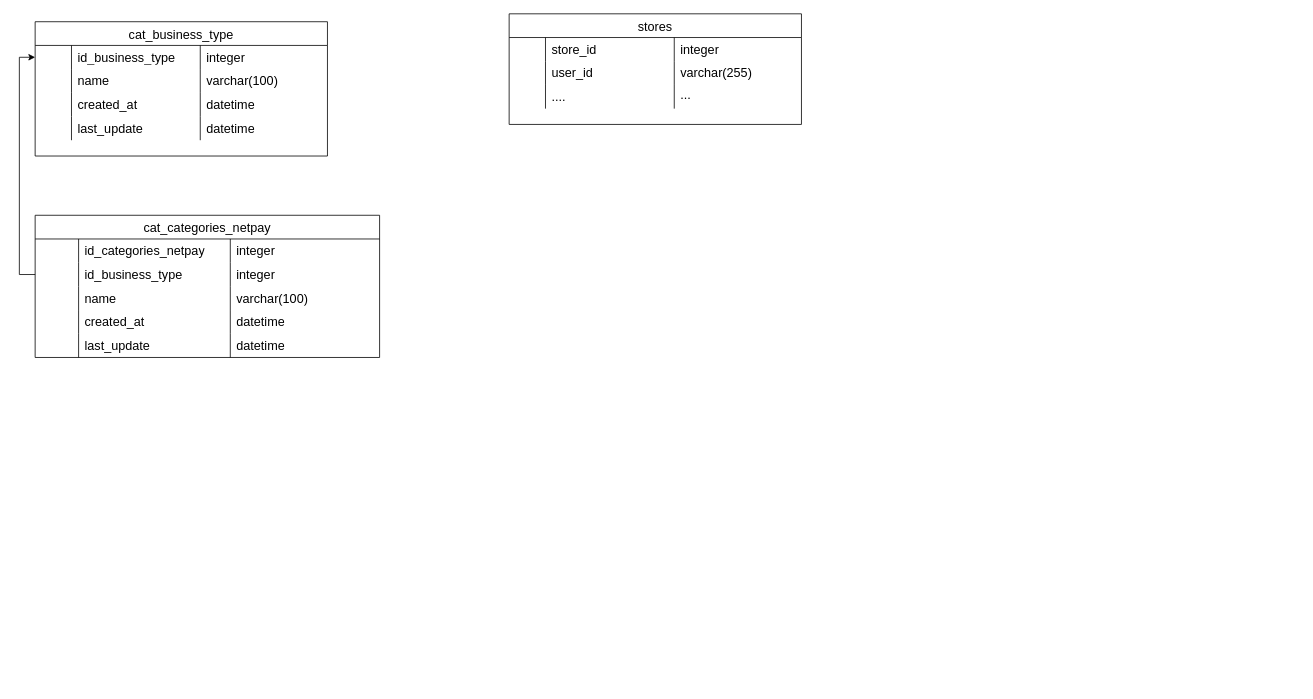
Before: Data base/SmartOnboarding-Adquirencia.drawio in marcoluisdf/documentacion, a draw.io diagram. Source tidied: cells renumbered, new cells numbered last; positions are measured from the earlier drawing's top-left corner, leaving out a move shared by most shapes. Both pictures are drawn from the tidied source at 79%, with x=0, y=0 at pixel (35, 13).
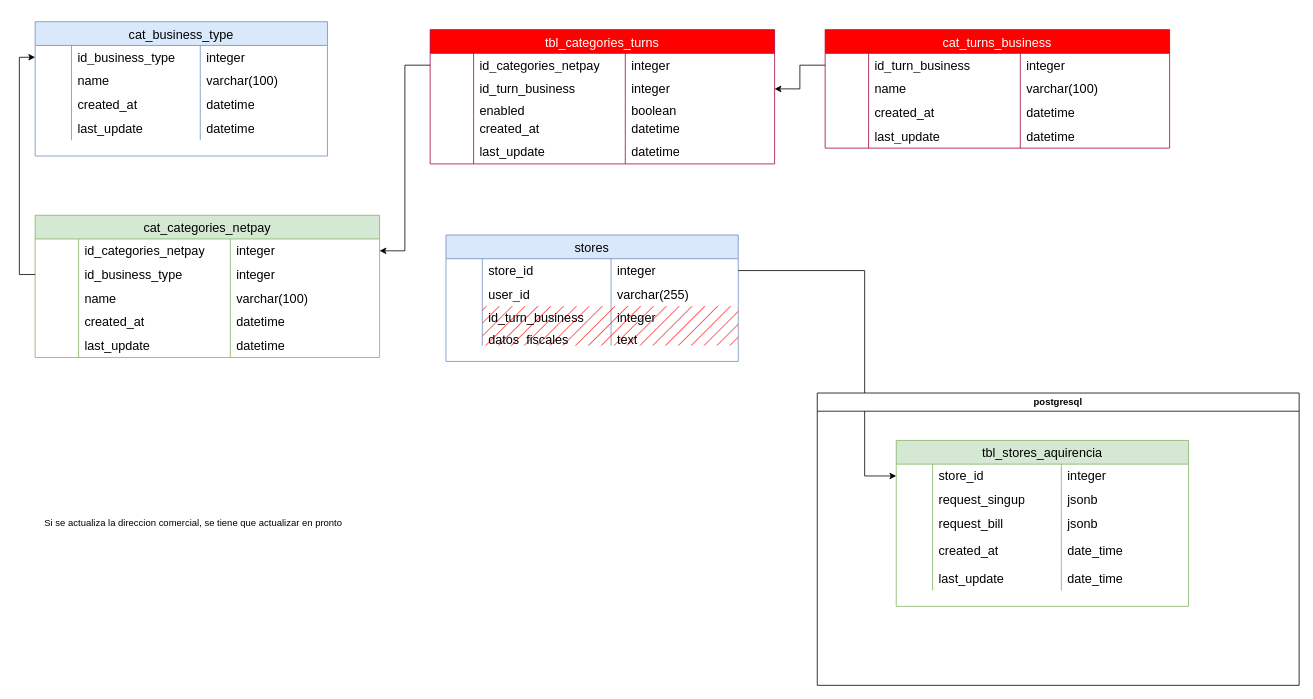
The same diagram, later.

The change refers to these unchanged cells:
```xml
<mxCell id="20" style="shape=tableRow;horizontal=0;startSize=0;swimlaneHead=0;swimlaneBody=0;top=0;left=0;bottom=0;right=0;fillColor=none;points=[[0,0.5],[1,0.5]];portConstraint=eastwest;strokeColor=inherit;fontSize=16;" parent="19" vertex="1">
  <mxGeometry y="30" width="436" height="30" as="geometry" />
</mxCell>
<mxCell id="42" style="shape=tableRow;horizontal=0;startSize=0;swimlaneHead=0;swimlaneBody=0;top=0;left=0;bottom=0;right=0;fillColor=none;points=[[0,0.5],[1,0.5]];portConstraint=eastwest;strokeColor=inherit;fontSize=16;" parent="41" vertex="1">
  <mxGeometry y="30" width="370" height="30" as="geometry" />
</mxCell>
<mxCell id="50" style="shape=tableRow;horizontal=0;startSize=0;swimlaneHead=0;swimlaneBody=0;top=0;left=0;bottom=0;right=0;fillColor=none;strokeColor=inherit;fontSize=16;" parent="41" vertex="1">
  <mxGeometry y="90" width="370" height="30" as="geometry" />
</mxCell>
```

What changed in the source:
```diff
@@
-    <mxCell id="2" value="cat_business_type" style="shape=table;startSize=30;childLayout=tableLayout;rowLines=0;fontStyle=0;strokeColor=default;fontSize=16;" parent="1" vertex="1">
+    <mxCell id="2" value="cat_business_type" style="shape=table;startSize=30;childLayout=tableLayout;rowLines=0;fontStyle=0;strokeColor=#6c8ebf;fontSize=16;fillColor=#dae8fc;" parent="1" vertex="1">
       <mxGeometry y="10" width="370" height="170" as="geometry" />
     </mxCell>
@@
-    <mxCell id="19" value="cat_categories_netpay" style="shape=table;startSize=30;childLayout=tableLayout;rowLines=0;fontStyle=0;strokeColor=default;fontSize=16;" parent="1" vertex="1">
+    <mxCell id="19" value="cat_categories_netpay" style="shape=table;startSize=30;childLayout=tableLayout;rowLines=0;fontStyle=0;strokeColor=#82b366;fontSize=16;fillColor=#d5e8d4;" parent="1" vertex="1">
       <mxGeometry y="255" width="436" height="180" as="geometry" />
     </mxCell>
@@
-    <mxCell id="41" value="stores" style="shape=table;startSize=30;childLayout=tableLayout;rowLines=0;fontStyle=0;strokeColor=default;fontSize=16;" parent="1" vertex="1">
-      <mxGeometry x="600" width="370" height="140" as="geometry" />
+    <mxCell id="41" value="stores" style="shape=table;startSize=30;childLayout=tableLayout;rowLines=0;fontStyle=0;strokeColor=#6c8ebf;fontSize=16;fillColor=#dae8fc;" parent="1" vertex="1">
+      <mxGeometry x="520" y="280" width="370" height="160" as="geometry" />
     </mxCell>
@@
-    <mxCell id="52" value="...." style="shape=partialRectangle;html=1;whiteSpace=wrap;fillColor=none;top=0;left=0;bottom=0;right=0;align=left;spacingLeft=6;overflow=hidden;strokeColor=inherit;fontSize=16;" parent="50" vertex="1">
+    <mxCell id="52" value="id_turn_business" style="shape=partialRectangle;html=1;whiteSpace=wrap;fillColor=#FF0000;top=0;left=0;bottom=0;right=0;align=left;spacingLeft=6;overflow=hidden;strokeColor=inherit;fontSize=16;fillStyle=hatch;" parent="50" vertex="1">
       <mxGeometry x="46" width="163" height="30" as="geometry" />
     </mxCell>
-    <mxCell id="53" value="...&lt;div&gt;&lt;br&gt;&lt;/div&gt;" style="shape=partialRectangle;html=1;whiteSpace=wrap;fillColor=none;top=0;left=0;bottom=0;right=0;align=left;spacingLeft=6;overflow=hidden;strokeColor=inherit;fontSize=16;" parent="50" vertex="1">
+    <mxCell id="53" value="&lt;div&gt;integer&lt;/div&gt;" style="shape=partialRectangle;html=1;whiteSpace=wrap;fillColor=#FF0000;top=0;left=0;bottom=0;right=0;align=left;spacingLeft=6;overflow=hidden;strokeColor=inherit;fontSize=16;fillStyle=hatch;" parent="50" vertex="1">
       <mxGeometry x="209" width="161" height="30" as="geometry" />
     </mxCell>
+    <mxCell id="54" style="shape=tableRow;horizontal=0;startSize=0;swimlaneHead=0;swimlaneBody=0;top=0;left=0;bottom=0;right=0;fillColor=none;strokeColor=inherit;fontSize=16;" parent="41" vertex="1">
+      <mxGeometry y="120" width="370" height="20" as="geometry" />
+    </mxCell>
+    <mxCell id="55" style="shape=partialRectangle;html=1;whiteSpace=wrap;fillColor=none;top=0;left=0;bottom=0;right=0;overflow=hidden;strokeColor=inherit;fontSize=16;" parent="54" vertex="1">
+      <mxGeometry width="46" height="20" as="geometry" />
+    </mxCell>
+    <mxCell id="56" value="datos_fiscales" style="shape=partialRectangle;html=1;whiteSpace=wrap;fillColor=#FF0000;top=0;left=0;bottom=0;right=0;align=left;spacingLeft=6;overflow=hidden;strokeColor=inherit;fontSize=16;fillStyle=hatch;" parent="54" vertex="1">
+      <mxGeometry x="46" width="163" height="20" as="geometry" />
+    </mxCell>
+    <mxCell id="57" value="text" style="shape=partialRectangle;html=1;whiteSpace=wrap;fillColor=#FF0000;top=0;left=0;bottom=0;right=0;align=left;spacingLeft=6;overflow=hidden;strokeColor=inherit;fontSize=16;fillStyle=hatch;" parent="54" vertex="1">
+      <mxGeometry x="209" width="161" height="20" as="geometry" />
+    </mxCell>
+    <mxCell id="58" value="cat_turns_business" style="shape=table;startSize=30;childLayout=tableLayout;rowLines=0;fontStyle=0;strokeColor=#A50040;fontSize=16;fillColor=#FF0000;fontColor=#ffffff;" parent="1" vertex="1">
+      <mxGeometry x="1000" y="20" width="436" height="150" as="geometry" />
+    </mxCell>
+    <mxCell id="59" style="shape=tableRow;horizontal=0;startSize=0;swimlaneHead=0;swimlaneBody=0;top=0;left=0;bottom=0;right=0;fillColor=none;points=[[0,0.5],[1,0.5]];portConstraint=eastwest;strokeColor=inherit;fontSize=16;" parent="58" vertex="1">
+      <mxGeometry y="30" width="436" height="30" as="geometry" />
+    </mxCell>
+    <mxCell id="60" style="shape=partialRectangle;html=1;whiteSpace=wrap;fillColor=none;top=0;left=0;bottom=0;right=0;overflow=hidden;strokeColor=inherit;fontSize=16;" parent="59" vertex="1">
+      <mxGeometry width="55" height="30" as="geometry" />
+    </mxCell>
+    <mxCell id="61" value="id_turn_business" style="shape=partialRectangle;html=1;whiteSpace=wrap;fillColor=none;top=0;left=0;bottom=0;right=0;align=left;spacingLeft=6;overflow=hidden;strokeColor=inherit;fontSize=16;" parent="59" vertex="1">
+      <mxGeometry x="55" width="192" height="30" as="geometry" />
+    </mxCell>
+    <mxCell id="62" value="integer" style="shape=partialRectangle;html=1;whiteSpace=wrap;fillColor=none;top=0;left=0;bottom=0;right=0;align=left;spacingLeft=6;overflow=hidden;strokeColor=inherit;fontSize=16;" parent="59" vertex="1">
+      <mxGeometry x="247" width="189" height="30" as="geometry" />
+    </mxCell>
+    <mxCell id="63" style="shape=tableRow;horizontal=0;startSize=0;swimlaneHead=0;swimlaneBody=0;top=0;left=0;bottom=0;right=0;fillColor=none;strokeColor=inherit;fontSize=16;" parent="58" vertex="1">
+      <mxGeometry y="60" width="436" height="30" as="geometry" />
+    </mxCell>
+    <mxCell id="64" style="shape=partialRectangle;html=1;whiteSpace=wrap;fillColor=none;top=0;left=0;bottom=0;right=0;overflow=hidden;strokeColor=inherit;fontSize=16;" parent="63" vertex="1">
+      <mxGeometry width="55" height="30" as="geometry" />
+    </mxCell>
+    <mxCell id="65" value="name" style="shape=partialRectangle;html=1;whiteSpace=wrap;fillColor=none;top=0;left=0;bottom=0;right=0;align=left;spacingLeft=6;overflow=hidden;strokeColor=inherit;fontSize=16;" parent="63" vertex="1">
+      <mxGeometry x="55" width="192" height="30" as="geometry" />
+    </mxCell>
+    <mxCell id="66" value="varchar(100)" style="shape=partialRectangle;html=1;whiteSpace=wrap;fillColor=none;top=0;left=0;bottom=0;right=0;align=left;spacingLeft=6;overflow=hidden;strokeColor=inherit;fontSize=16;" parent="63" vertex="1">
+      <mxGeometry x="247" width="189" height="30" as="geometry" />
+    </mxCell>
+    <mxCell id="67" style="shape=tableRow;horizontal=0;startSize=0;swimlaneHead=0;swimlaneBody=0;top=0;left=0;bottom=0;right=0;fillColor=none;strokeColor=inherit;fontSize=16;" parent="58" vertex="1">
+      <mxGeometry y="90" width="436" height="30" as="geometry" />
+    </mxCell>
+    <mxCell id="68" style="shape=partialRectangle;html=1;whiteSpace=wrap;fillColor=none;top=0;left=0;bottom=0;right=0;overflow=hidden;strokeColor=inherit;fontSize=16;" parent="67" vertex="1">
+      <mxGeometry width="55" height="30" as="geometry" />
+    </mxCell>
+    <mxCell id="69" value="created_at" style="shape=partialRectangle;html=1;whiteSpace=wrap;fillColor=none;top=0;left=0;bottom=0;right=0;align=left;spacingLeft=6;overflow=hidden;strokeColor=inherit;fontSize=16;" parent="67" vertex="1">
+      <mxGeometry x="55" width="192" height="30" as="geometry" />
+    </mxCell>
+    <mxCell id="70" value="datetime" style="shape=partialRectangle;html=1;whiteSpace=wrap;fillColor=none;top=0;left=0;bottom=0;right=0;align=left;spacingLeft=6;overflow=hidden;strokeColor=inherit;fontSize=16;" parent="67" vertex="1">
+      <mxGeometry x="247" width="189" height="30" as="geometry" />
+    </mxCell>
+    <mxCell id="71" style="shape=tableRow;horizontal=0;startSize=0;swimlaneHead=0;swimlaneBody=0;top=0;left=0;bottom=0;right=0;fillColor=none;strokeColor=inherit;fontSize=16;" parent="58" vertex="1">
+      <mxGeometry y="120" width="436" height="30" as="geometry" />
+    </mxCell>
+    <mxCell id="72" style="shape=partialRectangle;html=1;whiteSpace=wrap;fillColor=none;top=0;left=0;bottom=0;right=0;overflow=hidden;strokeColor=inherit;fontSize=16;" parent="71" vertex="1">
+      <mxGeometry width="55" height="30" as="geometry" />
+    </mxCell>
+    <mxCell id="73" value="last_update" style="shape=partialRectangle;html=1;whiteSpace=wrap;fillColor=none;top=0;left=0;bottom=0;right=0;align=left;spacingLeft=6;overflow=hidden;strokeColor=inherit;fontSize=16;" parent="71" vertex="1">
+      <mxGeometry x="55" width="192" height="30" as="geometry" />
+    </mxCell>
+    <mxCell id="74" value="datetime" style="shape=partialRectangle;html=1;whiteSpace=wrap;fillColor=none;top=0;left=0;bottom=0;right=0;align=left;spacingLeft=6;overflow=hidden;strokeColor=inherit;fontSize=16;" parent="71" vertex="1">
+      <mxGeometry x="247" width="189" height="30" as="geometry" />
+    </mxCell>
+    <mxCell id="75" value="tbl_categories_turns" style="shape=table;startSize=30;childLayout=tableLayout;rowLines=0;fontStyle=0;strokeColor=#A50040;fontSize=16;fillColor=#FF0000;fontColor=#ffffff;" parent="1" vertex="1">
+      <mxGeometry x="500" y="20" width="436" height="170" as="geometry" />
+    </mxCell>
+    <mxCell id="76" style="shape=tableRow;horizontal=0;startSize=0;swimlaneHead=0;swimlaneBody=0;top=0;left=0;bottom=0;right=0;fillColor=none;points=[[0,0.5],[1,0.5]];portConstraint=eastwest;strokeColor=inherit;fontSize=16;" parent="75" vertex="1">
+      <mxGeometry y="30" width="436" height="30" as="geometry" />
+    </mxCell>
+    <mxCell id="77" style="shape=partialRectangle;html=1;whiteSpace=wrap;fillColor=none;top=0;left=0;bottom=0;right=0;overflow=hidden;strokeColor=inherit;fontSize=16;" parent="76" vertex="1">
+      <mxGeometry width="55" height="30" as="geometry" />
+    </mxCell>
+    <mxCell id="78" value="id_categories_netpay" style="shape=partialRectangle;html=1;whiteSpace=wrap;fillColor=none;top=0;left=0;bottom=0;right=0;align=left;spacingLeft=6;overflow=hidden;strokeColor=inherit;fontSize=16;" parent="76" vertex="1">
+      <mxGeometry x="55" width="192" height="30" as="geometry" />
+    </mxCell>
+    <mxCell id="79" value="integer" style="shape=partialRectangle;html=1;whiteSpace=wrap;fillColor=none;top=0;left=0;bottom=0;right=0;align=left;spacingLeft=6;overflow=hidden;strokeColor=inherit;fontSize=16;" parent="76" vertex="1">
+      <mxGeometry x="247" width="189" height="30" as="geometry" />
+    </mxCell>
+    <mxCell id="80" style="shape=tableRow;horizontal=0;startSize=0;swimlaneHead=0;swimlaneBody=0;top=0;left=0;bottom=0;right=0;fillColor=none;points=[[0,0.5],[1,0.5]];portConstraint=eastwest;strokeColor=inherit;fontSize=16;" parent="75" vertex="1">
+      <mxGeometry y="60" width="436" height="30" as="geometry" />
+    </mxCell>
+    <mxCell id="81" style="shape=partialRectangle;html=1;whiteSpace=wrap;fillColor=none;top=0;left=0;bottom=0;right=0;overflow=hidden;strokeColor=inherit;fontSize=16;" parent="80" vertex="1">
+      <mxGeometry width="55" height="30" as="geometry" />
+    </mxCell>
+    <mxCell id="82" value="id_turn_business" style="shape=partialRectangle;html=1;whiteSpace=wrap;fillColor=none;top=0;left=0;bottom=0;right=0;align=left;spacingLeft=6;overflow=hidden;strokeColor=inherit;fontSize=16;" parent="80" vertex="1">
+      <mxGeometry x="55" width="192" height="30" as="geometry" />
+    </mxCell>
+    <mxCell id="83" value="integer" style="shape=partialRectangle;html=1;whiteSpace=wrap;fillColor=none;top=0;left=0;bottom=0;right=0;align=left;spacingLeft=6;overflow=hidden;strokeColor=inherit;fontSize=16;" parent="80" vertex="1">
+      <mxGeometry x="247" width="189" height="30" as="geometry" />
+    </mxCell>
+    <mxCell id="84" style="shape=tableRow;horizontal=0;startSize=0;swimlaneHead=0;swimlaneBody=0;top=0;left=0;bottom=0;right=0;fillColor=none;strokeColor=inherit;fontSize=16;" parent="75" vertex="1">
+      <mxGeometry y="90" width="436" height="20" as="geometry" />
+    </mxCell>
+    <mxCell id="85" style="shape=partialRectangle;html=1;whiteSpace=wrap;fillColor=none;top=0;left=0;bottom=0;right=0;overflow=hidden;strokeColor=inherit;fontSize=16;" parent="84" vertex="1">
+      <mxGeometry width="55" height="20" as="geometry" />
+    </mxCell>
+    <mxCell id="86" value="enabled" style="shape=partialRectangle;html=1;whiteSpace=wrap;fillColor=none;top=0;left=0;bottom=0;right=0;align=left;spacingLeft=6;overflow=hidden;strokeColor=inherit;fontSize=16;" parent="84" vertex="1">
+      <mxGeometry x="55" width="192" height="20" as="geometry" />
+    </mxCell>
+    <mxCell id="87" value="boolean" style="shape=partialRectangle;html=1;whiteSpace=wrap;fillColor=none;top=0;left=0;bottom=0;right=0;align=left;spacingLeft=6;overflow=hidden;strokeColor=inherit;fontSize=16;" parent="84" vertex="1">
+      <mxGeometry x="247" width="189" height="20" as="geometry" />
+    </mxCell>
+    <mxCell id="88" style="shape=tableRow;horizontal=0;startSize=0;swimlaneHead=0;swimlaneBody=0;top=0;left=0;bottom=0;right=0;fillColor=none;strokeColor=inherit;fontSize=16;" parent="75" vertex="1">
+      <mxGeometry y="110" width="436" height="30" as="geometry" />
+    </mxCell>
+    <mxCell id="89" style="shape=partialRectangle;html=1;whiteSpace=wrap;fillColor=none;top=0;left=0;bottom=0;right=0;overflow=hidden;strokeColor=inherit;fontSize=16;" parent="88" vertex="1">
+      <mxGeometry width="55" height="30" as="geometry" />
+    </mxCell>
+    <mxCell id="90" value="created_at" style="shape=partialRectangle;html=1;whiteSpace=wrap;fillColor=none;top=0;left=0;bottom=0;right=0;align=left;spacingLeft=6;overflow=hidden;strokeColor=inherit;fontSize=16;" parent="88" vertex="1">
+      <mxGeometry x="55" width="192" height="30" as="geometry" />
+    </mxCell>
+    <mxCell id="91" value="datetime" style="shape=partialRectangle;html=1;whiteSpace=wrap;fillColor=none;top=0;left=0;bottom=0;right=0;align=left;spacingLeft=6;overflow=hidden;strokeColor=inherit;fontSize=16;" parent="88" vertex="1">
+      <mxGeometry x="247" width="189" height="30" as="geometry" />
+    </mxCell>
+    <mxCell id="92" style="shape=tableRow;horizontal=0;startSize=0;swimlaneHead=0;swimlaneBody=0;top=0;left=0;bottom=0;right=0;fillColor=none;strokeColor=inherit;fontSize=16;" parent="75" vertex="1">
+      <mxGeometry y="140" width="436" height="30" as="geometry" />
+    </mxCell>
+    <mxCell id="93" style="shape=partialRectangle;html=1;whiteSpace=wrap;fillColor=none;top=0;left=0;bottom=0;right=0;overflow=hidden;strokeColor=inherit;fontSize=16;" parent="92" vertex="1">
+      <mxGeometry width="55" height="30" as="geometry" />
+    </mxCell>
+    <mxCell id="94" value="last_update" style="shape=partialRectangle;html=1;whiteSpace=wrap;fillColor=none;top=0;left=0;bottom=0;right=0;align=left;spacingLeft=6;overflow=hidden;strokeColor=inherit;fontSize=16;" parent="92" vertex="1">
+      <mxGeometry x="55" width="192" height="30" as="geometry" />
+    </mxCell>
+    <mxCell id="95" value="datetime" style="shape=partialRectangle;html=1;whiteSpace=wrap;fillColor=none;top=0;left=0;bottom=0;right=0;align=left;spacingLeft=6;overflow=hidden;strokeColor=inherit;fontSize=16;" parent="92" vertex="1">
+      <mxGeometry x="247" width="189" height="30" as="geometry" />
+    </mxCell>
+    <mxCell id="96" style="edgeStyle=orthogonalEdgeStyle;rounded=0;jettySize=auto;html=1;exitX=0;exitY=0.5;exitDx=0;exitDy=0;" parent="1" edge="1" source="76" target="20">
+      <mxGeometry relative="1" as="geometry" />
+    </mxCell>
+    <mxCell id="97" style="edgeStyle=orthogonalEdgeStyle;rounded=0;jettySize=auto;html=1;exitX=0;exitY=0.5;exitDx=0;exitDy=0;" parent="1" edge="1" source="59" target="80">
+      <mxGeometry relative="1" as="geometry" />
+    </mxCell>
+    <mxCell id="98" style="edgeStyle=orthogonalEdgeStyle;rounded=0;jettySize=auto;html=1;exitX=1;exitY=0.5;exitDx=0;exitDy=0;" parent="1" edge="1" source="42" target="101">
+      <mxGeometry relative="1" as="geometry">
+        <Array as="points">
+          <mxPoint x="1050" y="325" />
+          <mxPoint x="1050" y="585" />
+        </Array>
+      </mxGeometry>
+    </mxCell>
+    <mxCell id="99" value="postgresql" style="swimlane;whiteSpace=wrap;html=1;" parent="1" vertex="1">
+      <mxGeometry x="990" y="480" width="610" height="370" as="geometry" />
+    </mxCell>
+    <mxCell id="100" value="tbl_stores_aquirencia" style="shape=table;startSize=30;childLayout=tableLayout;rowLines=0;fontStyle=0;strokeColor=#82b366;fontSize=16;fillColor=#d5e8d4;" parent="99" vertex="1">
+      <mxGeometry x="100" y="60" width="370" height="210" as="geometry" />
+    </mxCell>
+    <mxCell id="101" style="shape=tableRow;horizontal=0;startSize=0;swimlaneHead=0;swimlaneBody=0;top=0;left=0;bottom=0;right=0;fillColor=none;points=[[0,0.5],[1,0.5]];portConstraint=eastwest;strokeColor=inherit;fontSize=16;" parent="100" vertex="1">
+      <mxGeometry y="30" width="370" height="30" as="geometry" />
+    </mxCell>
+    <mxCell id="102" style="shape=partialRectangle;html=1;whiteSpace=wrap;fillColor=none;top=0;left=0;bottom=0;right=0;overflow=hidden;strokeColor=inherit;fontSize=16;" parent="101" vertex="1">
+      <mxGeometry width="46" height="30" as="geometry" />
+    </mxCell>
+    <mxCell id="103" value="store_id" style="shape=partialRectangle;html=1;whiteSpace=wrap;fillColor=none;top=0;left=0;bottom=0;right=0;align=left;spacingLeft=6;overflow=hidden;strokeColor=inherit;fontSize=16;" parent="101" vertex="1">
+      <mxGeometry x="46" width="163" height="30" as="geometry" />
+    </mxCell>
+    <mxCell id="104" value="integer" style="shape=partialRectangle;html=1;whiteSpace=wrap;fillColor=none;top=0;left=0;bottom=0;right=0;align=left;spacingLeft=6;overflow=hidden;strokeColor=inherit;fontSize=16;" parent="101" vertex="1">
+      <mxGeometry x="209" width="161" height="30" as="geometry" />
+    </mxCell>
+    <mxCell id="105" style="shape=tableRow;horizontal=0;startSize=0;swimlaneHead=0;swimlaneBody=0;top=0;left=0;bottom=0;right=0;fillColor=none;strokeColor=inherit;fontSize=16;" parent="100" vertex="1">
+      <mxGeometry y="60" width="370" height="30" as="geometry" />
+    </mxCell>
+    <mxCell id="106" style="shape=partialRectangle;html=1;whiteSpace=wrap;fillColor=none;top=0;left=0;bottom=0;right=0;overflow=hidden;strokeColor=inherit;fontSize=16;" parent="105" vertex="1">
+      <mxGeometry width="46" height="30" as="geometry" />
+    </mxCell>
+    <mxCell id="107" value="request_singup" style="shape=partialRectangle;html=1;whiteSpace=wrap;fillColor=none;top=0;left=0;bottom=0;right=0;align=left;spacingLeft=6;overflow=hidden;strokeColor=inherit;fontSize=16;" parent="105" vertex="1">
+      <mxGeometry x="46" width="163" height="30" as="geometry" />
+    </mxCell>
+    <mxCell id="108" value="jsonb" style="shape=partialRectangle;html=1;whiteSpace=wrap;fillColor=none;top=0;left=0;bottom=0;right=0;align=left;spacingLeft=6;overflow=hidden;strokeColor=inherit;fontSize=16;" parent="105" vertex="1">
+      <mxGeometry x="209" width="161" height="30" as="geometry" />
+    </mxCell>
+    <mxCell id="109" style="shape=tableRow;horizontal=0;startSize=0;swimlaneHead=0;swimlaneBody=0;top=0;left=0;bottom=0;right=0;fillColor=none;strokeColor=inherit;fontSize=16;" parent="100" vertex="1">
+      <mxGeometry y="90" width="370" height="30" as="geometry" />
+    </mxCell>
+    <mxCell id="110" style="shape=partialRectangle;html=1;whiteSpace=wrap;fillColor=none;top=0;left=0;bottom=0;right=0;overflow=hidden;strokeColor=inherit;fontSize=16;" parent="109" vertex="1">
+      <mxGeometry width="46" height="30" as="geometry" />
+    </mxCell>
+    <mxCell id="111" value="request_bill" style="shape=partialRectangle;html=1;whiteSpace=wrap;fillColor=none;top=0;left=0;bottom=0;right=0;align=left;spacingLeft=6;overflow=hidden;strokeColor=inherit;fontSize=16;" parent="109" vertex="1">
+      <mxGeometry x="46" width="163" height="30" as="geometry" />
+    </mxCell>
+    <mxCell id="112" value="&lt;div&gt;jsonb&lt;/div&gt;" style="shape=partialRectangle;html=1;whiteSpace=wrap;fillColor=none;top=0;left=0;bottom=0;right=0;align=left;spacingLeft=6;overflow=hidden;strokeColor=inherit;fontSize=16;" parent="109" vertex="1">
+      <mxGeometry x="209" width="161" height="30" as="geometry" />
+    </mxCell>
+    <mxCell id="113" style="shape=tableRow;horizontal=0;startSize=0;swimlaneHead=0;swimlaneBody=0;top=0;left=0;bottom=0;right=0;fillColor=none;strokeColor=inherit;fontSize=16;" parent="100" vertex="1">
+      <mxGeometry y="120" width="370" height="40" as="geometry" />
+    </mxCell>
+    <mxCell id="114" style="shape=partialRectangle;html=1;whiteSpace=wrap;fillColor=none;top=0;left=0;bottom=0;right=0;overflow=hidden;strokeColor=inherit;fontSize=16;" parent="113" vertex="1">
+      <mxGeometry width="46" height="40" as="geometry" />
+    </mxCell>
+    <mxCell id="115" value="created_at" style="shape=partialRectangle;html=1;whiteSpace=wrap;fillColor=none;top=0;left=0;bottom=0;right=0;align=left;spacingLeft=6;overflow=hidden;strokeColor=inherit;fontSize=16;" parent="113" vertex="1">
+      <mxGeometry x="46" width="163" height="40" as="geometry" />
+    </mxCell>
+    <mxCell id="116" value="date_time" style="shape=partialRectangle;html=1;whiteSpace=wrap;fillColor=none;top=0;left=0;bottom=0;right=0;align=left;spacingLeft=6;overflow=hidden;strokeColor=inherit;fontSize=16;" parent="113" vertex="1">
+      <mxGeometry x="209" width="161" height="40" as="geometry" />
+    </mxCell>
+    <mxCell id="117" style="shape=tableRow;horizontal=0;startSize=0;swimlaneHead=0;swimlaneBody=0;top=0;left=0;bottom=0;right=0;fillColor=none;strokeColor=inherit;fontSize=16;" parent="100" vertex="1">
+      <mxGeometry y="160" width="370" height="30" as="geometry" />
+    </mxCell>
+    <mxCell id="118" style="shape=partialRectangle;html=1;whiteSpace=wrap;fillColor=none;top=0;left=0;bottom=0;right=0;overflow=hidden;strokeColor=inherit;fontSize=16;" parent="117" vertex="1">
+      <mxGeometry width="46" height="30" as="geometry" />
+    </mxCell>
+    <mxCell id="119" value="last_update" style="shape=partialRectangle;html=1;whiteSpace=wrap;fillColor=none;top=0;left=0;bottom=0;right=0;align=left;spacingLeft=6;overflow=hidden;strokeColor=inherit;fontSize=16;" parent="117" vertex="1">
+      <mxGeometry x="46" width="163" height="30" as="geometry" />
+    </mxCell>
+    <mxCell id="120" value="date_time" style="shape=partialRectangle;html=1;whiteSpace=wrap;fillColor=none;top=0;left=0;bottom=0;right=0;align=left;spacingLeft=6;overflow=hidden;strokeColor=inherit;fontSize=16;" parent="117" vertex="1">
+      <mxGeometry x="209" width="161" height="30" as="geometry" />
+    </mxCell>
+    <mxCell id="121" value="Si se actualiza la direccion comercial, se tiene que actualizar en pronto" style="text;html=1;align=center;verticalAlign=middle;strokeColor=none;fillColor=none;" parent="1" vertex="1">
+      <mxGeometry y="630" width="400" height="30" as="geometry" />
+    </mxCell>
```
